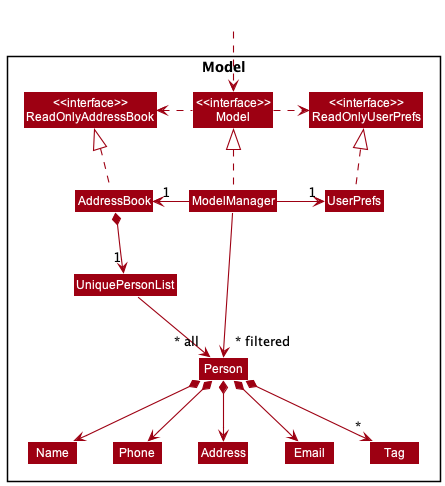
This is docs/images/ModelClassDiagram.png from nus-cs2103-AY2223S1/tp, a PlantUML export, as it was before one commit.
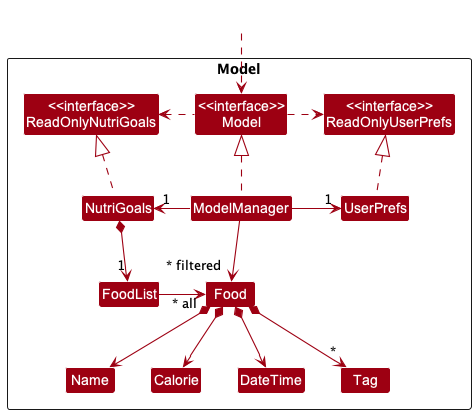
The same file after the commit.

Diff of the diagram source:
```diff
@@ -5,19 +5,18 @@
 skinparam classBackgroundColor MODEL_COLOR
 
 Package Model <<Rectangle>>{
-Class "<<interface>>\nReadOnlyAddressBook" as ReadOnlyAddressBook
+Class "<<interface>>\nReadOnlyNutriGoals" as ReadOnlyNutriGoals
 Class "<<interface>>\nReadOnlyUserPrefs" as ReadOnlyUserPrefs
 Class "<<interface>>\nModel" as Model
-Class AddressBook
+Class NutriGoals
 Class ModelManager
 Class UserPrefs
 
-Class UniquePersonList
-Class Person
-Class Address
-Class Email
+Class FoodList
+Class Food
+Class DateTime
 Class Name
-Class Phone
+Class Calorie
 Class Tag
 
 }
@@ -25,26 +24,25 @@
 Class HiddenOutside #FFFFFF
 HiddenOutside ..> Model
 
-AddressBook .up.|> ReadOnlyAddressBook
+NutriGoals .up.|> ReadOnlyNutriGoals
 
 ModelManager .up.|> Model
 Model .right.> ReadOnlyUserPrefs
-Model .left.> ReadOnlyAddressBook
-ModelManager -left-> "1" AddressBook
+Model .left.> ReadOnlyNutriGoals
+ModelManager -left-> "1" NutriGoals
 ModelManager -right-> "1" UserPrefs
 UserPrefs .up.|> ReadOnlyUserPrefs
 
-AddressBook *--> "1" UniquePersonList
-UniquePersonList --> "~* all" Person
-Person *--> Name
-Person *--> Phone
-Person *--> Email
-Person *--> Address
-Person *--> "*" Tag
+NutriGoals *--> "1" FoodList
+FoodList -right-> "~* all" Food
+Food *--> Name
+Food *--> Calorie
+Food *--> DateTime
+Food *--> "*" Tag
 
-Name -[hidden]right-> Phone
-Phone -[hidden]right-> Address
-Address -[hidden]right-> Email
+Name -[hidden]right-> Calorie
+Calorie -[hidden]right-> DateTime
+DateTime -[hidden]right-> Tag
 
-ModelManager -->"~* filtered" Person
+ModelManager -->"~* filtered" Food
 @enduml
```
